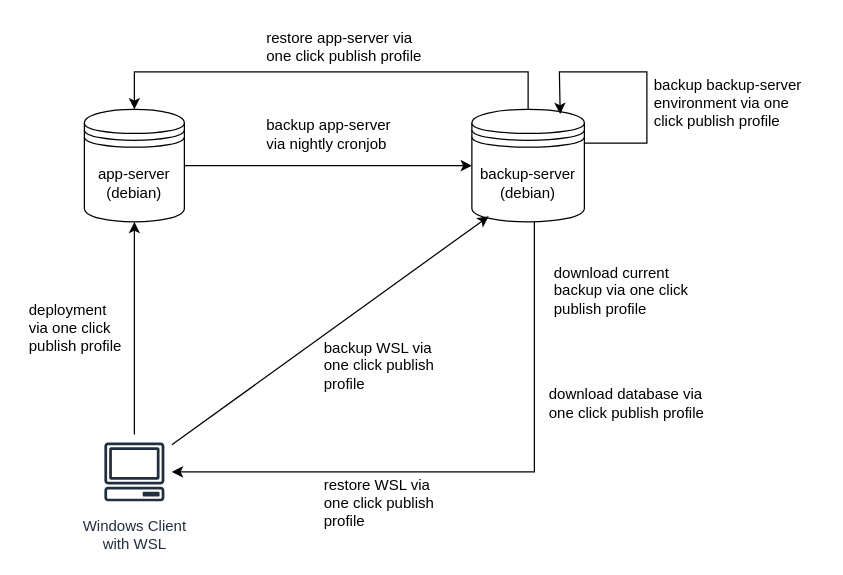
The draw.io diagram page "server-setup" (5 of 5) of _images/architecture.drawio in gartenkralle/geolocation-services-doc, before the edit. Source tidied: cells renumbered, new cells numbered last; positions are measured from the earlier drawing's top-left corner, leaving out a move shared by most shapes. Both pictures are drawn from the tidied source at 125%, with x=0, y=0 at pixel (21, 21).
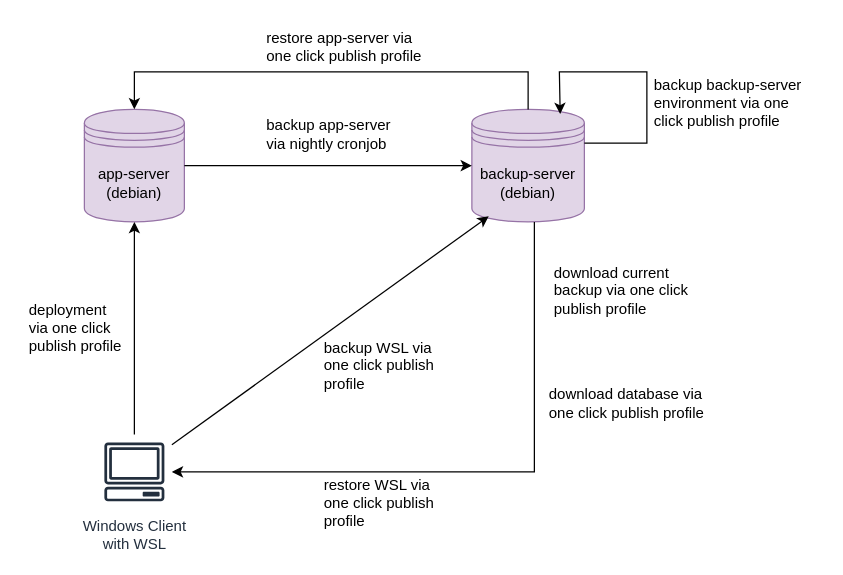
The same page after the edit.

Change to the diagram source:
```diff
@@
-    <mxCell id="2" value="app-server (debian)" style="shape=datastore;whiteSpace=wrap;html=1;" parent="1" vertex="1">
+    <mxCell id="2" value="app-server (debian)" style="shape=datastore;whiteSpace=wrap;html=1;fillColor=#e1d5e7;strokeColor=#9673a6;" parent="1" vertex="1">
       <mxGeometry x="50" y="70" width="80" height="90" as="geometry" />
     </mxCell>
-    <mxCell id="3" value="backup-server (debian)" style="shape=datastore;whiteSpace=wrap;html=1;" parent="1" vertex="1">
+    <mxCell id="3" value="backup-server (debian)" style="shape=datastore;whiteSpace=wrap;html=1;labelBackgroundColor=none;fillColor=#e1d5e7;strokeColor=#9673a6;" parent="1" vertex="1">
       <mxGeometry x="360" y="70" width="90" height="90" as="geometry" />
     </mxCell>
```
